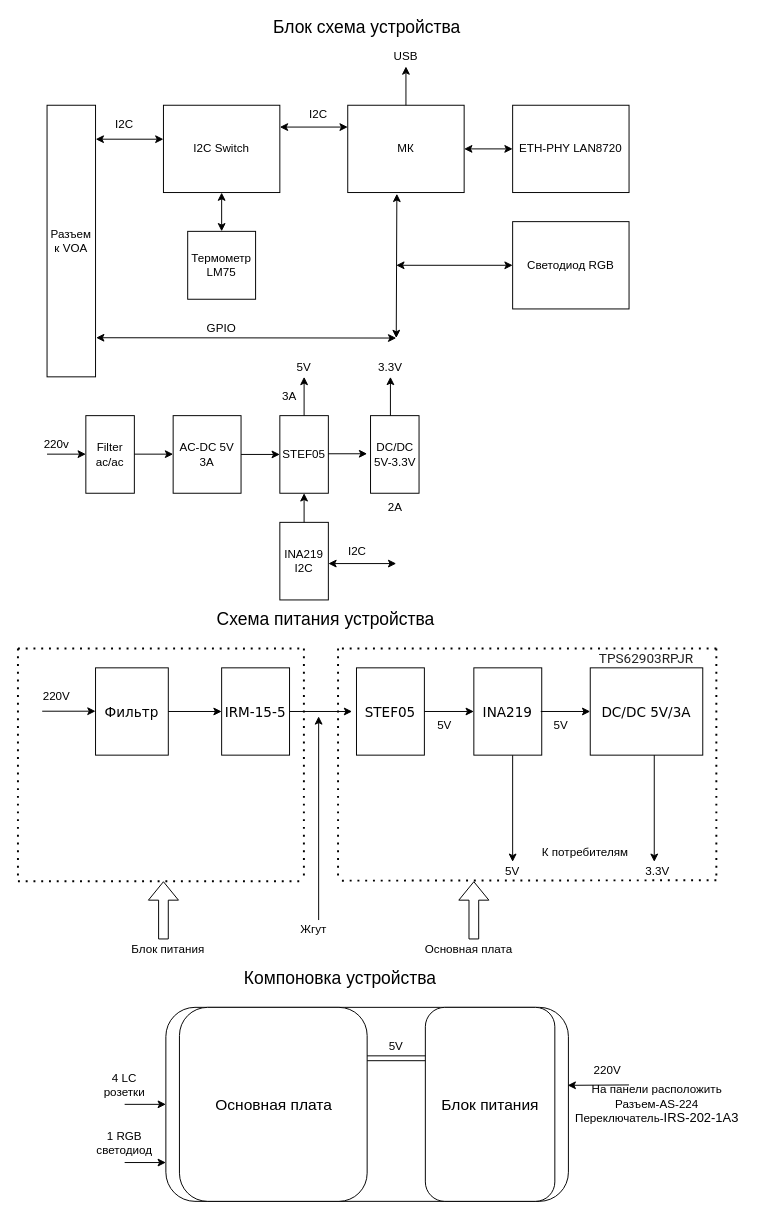
The draw.io diagram VOA.drawio in sdivcom-dotcom/Optical-VOA, before the edit. Source tidied: cells renumbered, new cells numbered last; positions are measured from the earlier drawing's top-left corner, leaving out a move shared by most shapes. Both pictures are drawn from the tidied source at 97%, with x=0, y=0 at pixel (17, 17).
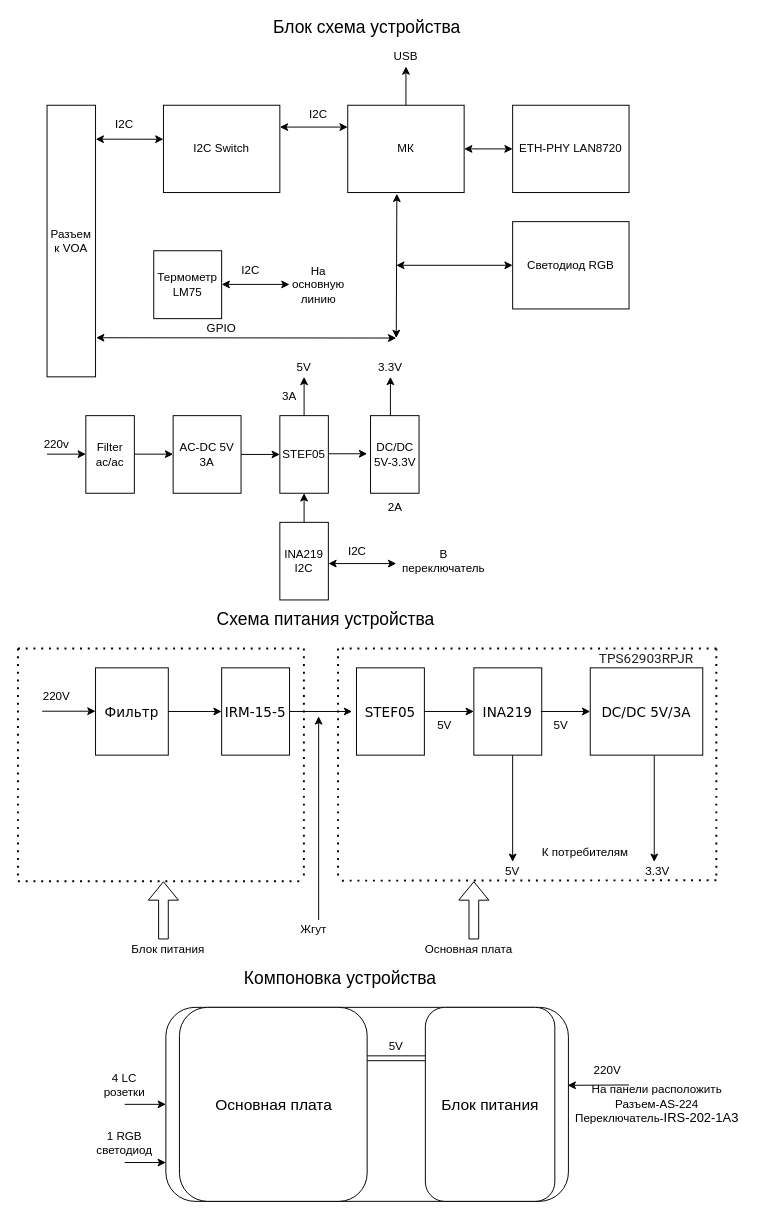
The same diagram, later.

Commit message (it also covers changes not shown here):
Доделал схему. Позже буду проверять!

Unchanged cells that the change refers to:
```xml
<mxCell id="3" value="I2C Switch" style="rounded=0;whiteSpace=wrap;html=1;" parent="1" vertex="1">
  <mxGeometry x="150" y="90" width="120" height="90" as="geometry" />
</mxCell>
```

The edit, as a diff of the source:
```diff
@@
     <mxCell id="5" value="Термометр LM75" style="rounded=0;whiteSpace=wrap;html=1;" parent="1" vertex="1">
-      <mxGeometry x="175" y="220" width="70" height="70" as="geometry" />
+      <mxGeometry x="140" y="240" width="70" height="70" as="geometry" />
     </mxCell>
-    <mxCell id="6" style="endArrow=classic;startArrow=classic;html=1;entryX=0.5;entryY=1;entryDx=0;entryDy=0;exitX=0.5;exitY=0;exitDx=0;exitDy=0;" parent="1" edge="1" source="5" target="3">
-      <mxGeometry relative="1" as="geometry" />
-    </mxCell>
@@
+    <mxCell id="88" value="I2C" style="text;html=1;strokeColor=none;fillColor=none;align=center;verticalAlign=middle;whiteSpace=wrap;rounded=0;" parent="1" vertex="1">
+      <mxGeometry x="220" y="250" width="40" height="20" as="geometry" />
+    </mxCell>
+    <mxCell id="89" style="endArrow=classic;startArrow=classic;html=1;exitX=1;exitY=0.25;exitDx=0;exitDy=0;entryX=0;entryY=0.25;entryDx=0;entryDy=0;" parent="1" edge="1">
+      <mxGeometry relative="1" as="geometry">
+        <mxPoint x="210" y="274.7" as="sourcePoint" />
+        <mxPoint x="280" y="274.7" as="targetPoint" />
+      </mxGeometry>
+    </mxCell>
+    <mxCell id="90" value="На основную линию" style="text;html=1;strokeColor=none;fillColor=none;align=center;verticalAlign=middle;whiteSpace=wrap;rounded=0;" parent="1" vertex="1">
+      <mxGeometry x="290" y="265" width="40" height="20" as="geometry" />
+    </mxCell>
+    <mxCell id="91" value="В переключатель" style="text;html=1;strokeColor=none;fillColor=none;align=center;verticalAlign=middle;whiteSpace=wrap;rounded=0;" parent="1" vertex="1">
+      <mxGeometry x="419" y="550" width="40" height="20" as="geometry" />
+    </mxCell>
```
